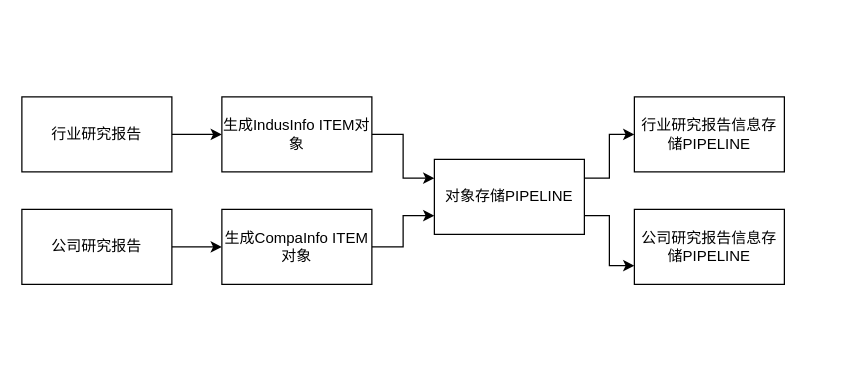
Above: tupian/采集器实现.drawio in JJFatherL/biyesheji (draw.io), before the change. Source tidied: cells renumbered, new cells numbered last; positions are measured from the earlier drawing's top-left corner, leaving out a move shared by most shapes. Both pictures are drawn from the tidied source at 125%, with x=0, y=0 at pixel (21, 96).
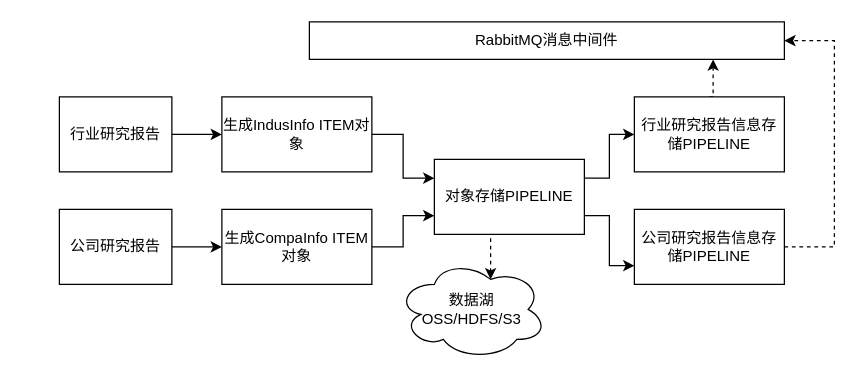
The same diagram, later.

Commit message (it also covers changes not shown here):
更新采集器实现.drawio

The change refers to these unchanged cells:
```xml
<mxCell id="8" value="对象存储PIPELINE" style="rounded=0;whiteSpace=wrap;html=1;" parent="1" vertex="1">
  <mxGeometry x="330" y="50" width="120" height="60" as="geometry" />
</mxCell>
<mxCell id="13" value="行业研究报告信息存储PIPELINE" style="rounded=0;whiteSpace=wrap;html=1;" parent="1" vertex="1">
  <mxGeometry x="490" width="120" height="60" as="geometry" />
</mxCell>
<mxCell id="14" value="公司研究报告信息存储PIPELINE" style="rounded=0;whiteSpace=wrap;html=1;" parent="1" vertex="1">
  <mxGeometry x="490" y="90" width="120" height="60" as="geometry" />
</mxCell>
```

What changed in the source:
```diff
@@
     <mxCell id="3" value="行业研究报告" style="rounded=0;whiteSpace=wrap;html=1;" parent="1" vertex="1">
-      <mxGeometry width="120" height="60" as="geometry" />
+      <mxGeometry x="30" width="90" height="60" as="geometry" />
     </mxCell>
@@
+    <mxCell id="15" style="edgeStyle=orthogonalEdgeStyle;rounded=0;jettySize=auto;html=1;exitX=0.5;exitY=1;exitDx=0;exitDy=0;entryX=0.625;entryY=0.2;entryDx=0;entryDy=0;entryPerimeter=0;fillColor=#dae8fc;strokeColor=#000000;dashed=1;" parent="1" edge="1" source="8" target="18">
+      <mxGeometry relative="1" as="geometry" />
+    </mxCell>
@@
     <mxCell id="10" value="公司研究报告" style="rounded=0;whiteSpace=wrap;html=1;" parent="1" vertex="1">
-      <mxGeometry y="90" width="120" height="60" as="geometry" />
+      <mxGeometry x="30" y="90" width="90" height="60" as="geometry" />
     </mxCell>
@@
+    <mxCell id="16" style="edgeStyle=orthogonalEdgeStyle;rounded=0;jettySize=auto;html=1;exitX=0.5;exitY=0;exitDx=0;exitDy=0;entryX=0.85;entryY=1;entryDx=0;entryDy=0;entryPerimeter=0;dashed=1;strokeColor=#000000;" parent="1" edge="1" source="13" target="19">
+      <mxGeometry relative="1" as="geometry" />
+    </mxCell>
@@
+    <mxCell id="17" style="edgeStyle=orthogonalEdgeStyle;rounded=0;jettySize=auto;html=1;exitX=1;exitY=0.5;exitDx=0;exitDy=0;entryX=1;entryY=0.5;entryDx=0;entryDy=0;dashed=1;strokeColor=#000000;" parent="1" edge="1" source="14" target="19">
+      <mxGeometry relative="1" as="geometry">
+        <Array as="points">
+          <mxPoint x="650" y="120" />
+          <mxPoint x="650" y="-45" />
+        </Array>
+      </mxGeometry>
+    </mxCell>
@@
+    <mxCell id="18" value="数据湖&lt;br&gt;OSS/HDFS/S3" style="ellipse;shape=cloud;whiteSpace=wrap;html=1;" parent="1" vertex="1">
+      <mxGeometry x="300" y="130" width="120" height="80" as="geometry" />
+    </mxCell>
+    <mxCell id="19" value="RabbitMQ消息中间件" style="rounded=0;whiteSpace=wrap;html=1;" parent="1" vertex="1">
+      <mxGeometry x="230" y="-60" width="380" height="30" as="geometry" />
+    </mxCell>
```
